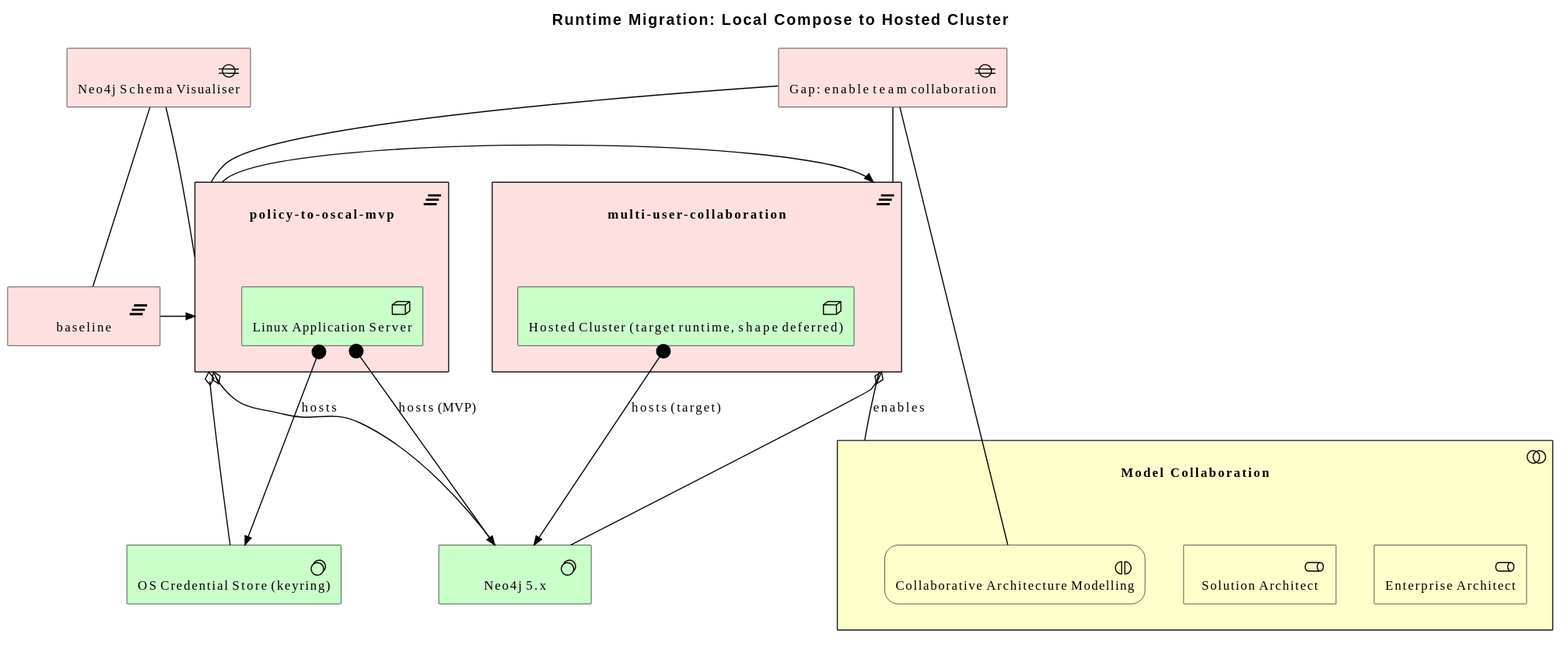
The PlantUML diagram architecture/model/diagrams/migration/runtime.svg in wolffy-au/frictionless-architect, before a commit.
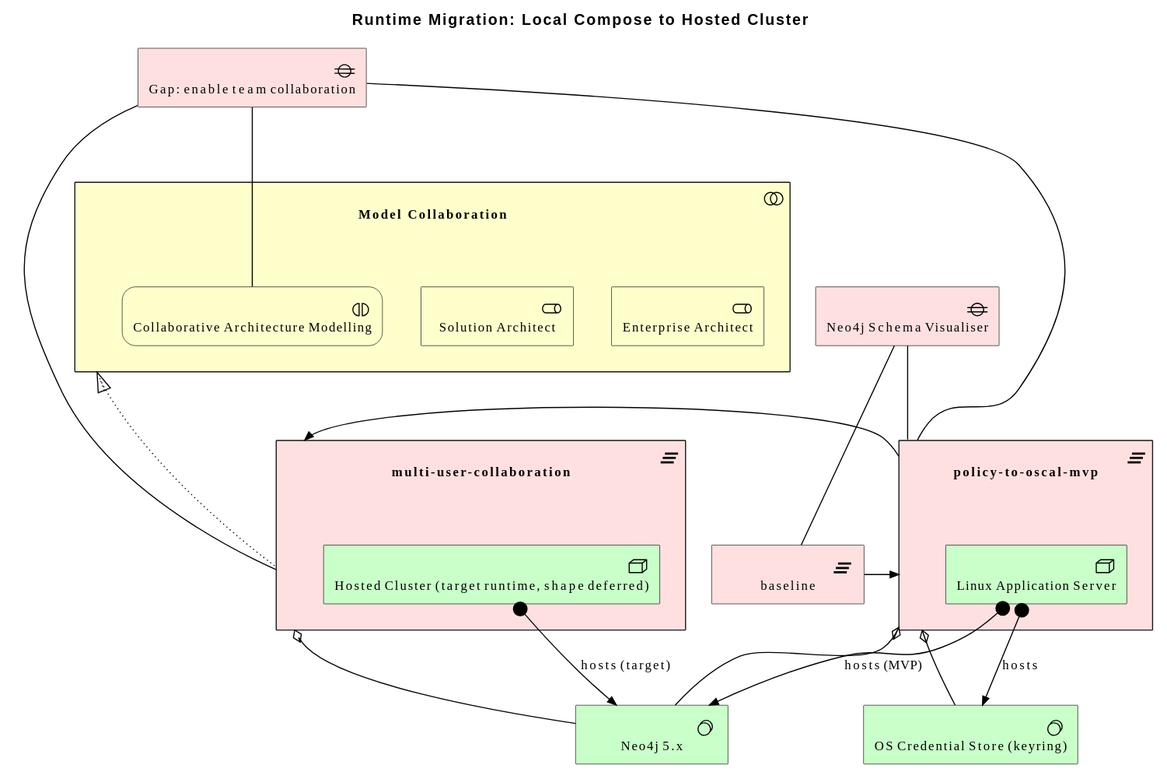
The same file after the commit.

The edit, as a diff of the source:
```diff
@@ -32,6 +32,6 @@
 Rel_Association(e_id957bea8a8f2755, e_idb94c55ad2a0756, "")
 Rel_Association(e_idd9da54d5550b52, e_idb94c55ad2a0756, "")
 Rel_Association(e_idd9da54d5550b52, e_id5024d2087dac51, "")
-Rel_Association(e_id5024d2087dac51, e_id2aa180bf48e258, "enables")
+Rel_Realization_Up(e_id5024d2087dac51, e_id2aa180bf48e258, "")
 Rel_Association(e_idd9da54d5550b52, e_ida5ff14a2a5eb53, "")
 @enduml
```
